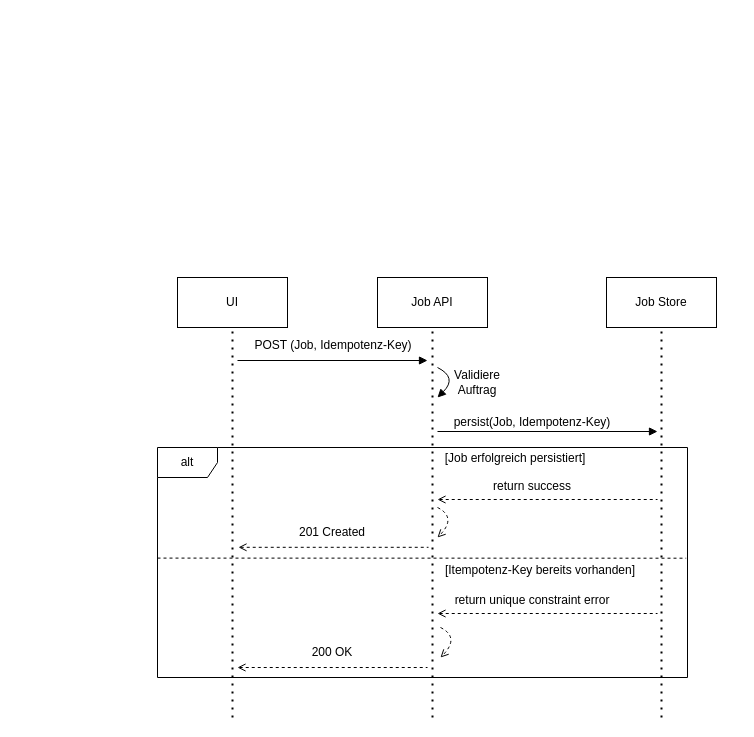
The draw.io diagram Paper/drawio/jobannahmeSequenzdiagramm.drawio in murfei/FaultTolerantJobProcessing, before the edit. Source tidied: cells renumbered, new cells numbered last; positions are measured from the earlier drawing's top-left corner, leaving out a move shared by most shapes. Both pictures are drawn from the tidied source at 100%, with x=0, y=0 at pixel (157, 277).
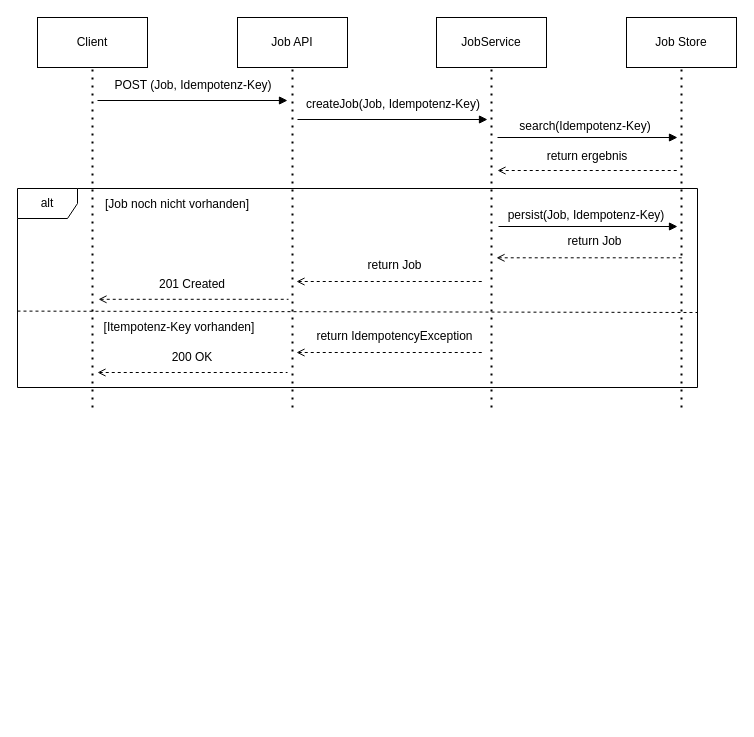
Above is the later version.

Diff of the diagram source:
```diff
@@
-    <mxCell id="2" value="UI" style="html=1;whiteSpace=wrap;" parent="1" vertex="1">
-      <mxGeometry x="20" width="110" height="50" as="geometry" />
+    <mxCell id="2" value="Client" style="html=1;whiteSpace=wrap;" parent="1" vertex="1">
+      <mxGeometry x="-120" y="-260" width="110" height="50" as="geometry" />
     </mxCell>
     <mxCell id="3" style="endArrow=none;dashed=1;html=1;dashPattern=1 3;strokeWidth=2;rounded=0;entryX=0.5;entryY=1;entryDx=0;entryDy=0;" parent="1" edge="1" target="2">
       <mxGeometry relative="1" as="geometry">
-        <mxPoint x="75" y="440" as="sourcePoint" />
+        <mxPoint x="-65" y="130" as="sourcePoint" />
       </mxGeometry>
     </mxCell>
     <mxCell id="4" value="Job API" style="html=1;whiteSpace=wrap;" parent="1" vertex="1">
-      <mxGeometry x="220" width="110" height="50" as="geometry" />
+      <mxGeometry x="80" y="-260" width="110" height="50" as="geometry" />
     </mxCell>
     <mxCell id="5" style="endArrow=none;dashed=1;html=1;dashPattern=1 3;strokeWidth=2;rounded=0;entryX=0.5;entryY=1;entryDx=0;entryDy=0;" parent="1" edge="1" target="4">
       <mxGeometry relative="1" as="geometry">
-        <mxPoint x="275" y="440" as="sourcePoint" />
+        <mxPoint x="135" y="130" as="sourcePoint" />
       </mxGeometry>
     </mxCell>
-    <mxCell id="6" value="Job Store" style="html=1;whiteSpace=wrap;" parent="1" vertex="1">
-      <mxGeometry x="449" width="110" height="50" as="geometry" />
+    <mxCell id="6" value="JobService" style="html=1;whiteSpace=wrap;" parent="1" vertex="1">
+      <mxGeometry x="279" y="-260" width="110" height="50" as="geometry" />
     </mxCell>
     <mxCell id="7" style="endArrow=none;dashed=1;html=1;dashPattern=1 3;strokeWidth=2;rounded=0;entryX=0.5;entryY=1;entryDx=0;entryDy=0;" parent="1" edge="1" target="6">
       <mxGeometry relative="1" as="geometry">
-        <mxPoint x="504" y="440" as="sourcePoint" />
+        <mxPoint x="334" y="130" as="sourcePoint" />
       </mxGeometry>
     </mxCell>
     <mxCell id="8" style="endArrow=block;html=1;rounded=0;endFill=1;" parent="1" edge="1">
       <mxGeometry relative="1" as="geometry">
-        <mxPoint x="80" y="83" as="sourcePoint" />
-        <mxPoint x="270" y="83" as="targetPoint" />
+        <mxPoint x="-60" y="-177" as="sourcePoint" />
+        <mxPoint x="130" y="-177" as="targetPoint" />
       </mxGeometry>
     </mxCell>
     <mxCell id="9" value="POST (Job, Idempotenz-Key)" style="text;html=1;whiteSpace=wrap;strokeColor=none;fillColor=none;align=center;verticalAlign=middle;rounded=0;" parent="1" vertex="1">
-      <mxGeometry x="86" y="53" width="180" height="30" as="geometry" />
+      <mxGeometry x="-54" y="-207" width="180" height="30" as="geometry" />
     </mxCell>
-    <mxCell id="10" style="endArrow=block;html=1;rounded=0;endFill=1;curved=1;" parent="1" edge="1">
-      <mxGeometry relative="1" as="geometry">
-        <mxPoint x="280" y="90" as="sourcePoint" />
-        <mxPoint x="280" y="120" as="targetPoint" />
-        <Array as="points">
-          <mxPoint x="300" y="100" />
-        </Array>
-      </mxGeometry>
-    </mxCell>
-    <mxCell id="11" value="Validiere Auftrag" style="text;html=1;whiteSpace=wrap;strokeColor=none;fillColor=none;align=center;verticalAlign=middle;rounded=0;" parent="1" vertex="1">
-      <mxGeometry x="290" y="90" width="60" height="30" as="geometry" />
-    </mxCell>
+    <mxCell id="16" style="endArrow=none;html=1;rounded=0;endFill=0;dashed=1;startArrow=open;startFill=0;" parent="1" edge="1">
+      <mxGeometry relative="1" as="geometry">
+        <mxPoint x="139" y="75" as="sourcePoint" />
+        <mxPoint x="325" y="75" as="targetPoint" />
+      </mxGeometry>
+    </mxCell>
+    <mxCell id="17" style="endArrow=none;html=1;rounded=0;endFill=0;dashed=1;startArrow=open;startFill=0;" parent="1" edge="1">
+      <mxGeometry relative="1" as="geometry">
+        <mxPoint x="-59" y="21.8" as="sourcePoint" />
+        <mxPoint x="131" y="21.8" as="targetPoint" />
+      </mxGeometry>
+    </mxCell>
+    <mxCell id="28" value="200 OK" style="text;html=1;whiteSpace=wrap;strokeColor=none;fillColor=none;align=center;verticalAlign=middle;rounded=0;" parent="1" vertex="1">
+      <mxGeometry x="-10" y="65" width="90" height="30" as="geometry" />
+    </mxCell>
+    <mxCell id="29" value="search(Idempotenz-Key)" style="text;html=1;whiteSpace=wrap;strokeColor=none;fillColor=none;align=center;verticalAlign=middle;rounded=0;" parent="1" vertex="1">
+      <mxGeometry x="336" y="-166" width="184" height="30" as="geometry" />
+    </mxCell>
+    <mxCell id="30" style="endArrow=none;html=1;rounded=0;endFill=0;dashed=1;startArrow=open;startFill=0;" parent="1" edge="1">
+      <mxGeometry relative="1" as="geometry">
+        <mxPoint x="340" y="-107" as="sourcePoint" />
+        <mxPoint x="520" y="-107" as="targetPoint" />
+      </mxGeometry>
+    </mxCell>
+    <mxCell id="19" value="alt" style="shape=umlFrame;whiteSpace=wrap;html=1;" parent="1" vertex="1">
+      <mxGeometry x="-140" y="-89" width="680" height="199" as="geometry" />
+    </mxCell>
+    <mxCell id="20" style="endArrow=none;dashed=1;html=1;rounded=0;strokeWidth=1;exitX=0;exitY=0.658;exitDx=0;exitDy=0;exitPerimeter=0;" parent="1" edge="1">
+      <mxGeometry relative="1" as="geometry">
+        <mxPoint x="-140" y="33.6" as="sourcePoint" />
+        <mxPoint x="540" y="35" as="targetPoint" />
+      </mxGeometry>
+    </mxCell>
+    <mxCell id="22" value="[Itempotenz-Key vorhanden]" style="text;html=1;whiteSpace=wrap;strokeColor=none;fillColor=none;align=center;verticalAlign=middle;rounded=0;" parent="1" vertex="1">
+      <mxGeometry x="-58" y="35" width="160" height="30" as="geometry" />
+    </mxCell>
+    <mxCell id="23" value="[Job noch nicht vorhanden]" style="text;html=1;whiteSpace=wrap;strokeColor=none;fillColor=none;align=center;verticalAlign=middle;rounded=0;" parent="1" vertex="1">
+      <mxGeometry x="-80" y="-88" width="200" height="30" as="geometry" />
+    </mxCell>
+    <mxCell id="26" style="endArrow=none;html=1;rounded=0;endFill=0;dashed=1;startArrow=open;startFill=0;" parent="1" edge="1">
+      <mxGeometry relative="1" as="geometry">
+        <mxPoint x="-60" y="95" as="sourcePoint" />
+        <mxPoint x="130" y="95" as="targetPoint" />
+      </mxGeometry>
+    </mxCell>
+    <mxCell id="27" value="201 Created" style="text;html=1;whiteSpace=wrap;strokeColor=none;fillColor=none;align=center;verticalAlign=middle;rounded=0;" parent="1" vertex="1">
+      <mxGeometry x="-10" y="-8" width="90" height="30" as="geometry" />
+    </mxCell>
     <mxCell id="12" style="endArrow=block;html=1;rounded=0;endFill=1;" parent="1" edge="1">
       <mxGeometry relative="1" as="geometry">
-        <mxPoint x="280" y="154" as="sourcePoint" />
-        <mxPoint x="500" y="154" as="targetPoint" />
+        <mxPoint x="341" y="-51" as="sourcePoint" />
+        <mxPoint x="520" y="-51" as="targetPoint" />
       </mxGeometry>
     </mxCell>
     <mxCell id="13" value="persist(Job, Idempotenz-Key)" style="text;html=1;whiteSpace=wrap;strokeColor=none;fillColor=none;align=center;verticalAlign=middle;rounded=0;" parent="1" vertex="1">
-      <mxGeometry x="295" y="130" width="160" height="30" as="geometry" />
+      <mxGeometry x="339" y="-77" width="180" height="30" as="geometry" />
     </mxCell>
-    <mxCell id="14" style="endArrow=none;html=1;rounded=0;endFill=0;dashed=1;startArrow=open;startFill=0;" parent="1" edge="1">
-      <mxGeometry relative="1" as="geometry">
-        <mxPoint x="280" y="222" as="sourcePoint" />
-        <mxPoint x="500" y="222" as="targetPoint" />
-      </mxGeometry>
-    </mxCell>
-    <mxCell id="15" value="return success" style="text;html=1;whiteSpace=wrap;strokeColor=none;fillColor=none;align=center;verticalAlign=middle;rounded=0;" parent="1" vertex="1">
-      <mxGeometry x="310" y="194" width="130" height="30" as="geometry" />
-    </mxCell>
-    <mxCell id="16" style="endArrow=none;html=1;rounded=0;endFill=0;dashed=1;startArrow=open;startFill=0;" parent="1" edge="1">
-      <mxGeometry relative="1" as="geometry">
-        <mxPoint x="280" y="336" as="sourcePoint" />
-        <mxPoint x="500" y="336" as="targetPoint" />
-      </mxGeometry>
-    </mxCell>
-    <mxCell id="17" style="endArrow=none;html=1;rounded=0;endFill=0;dashed=1;startArrow=open;startFill=0;" parent="1" edge="1">
-      <mxGeometry relative="1" as="geometry">
-        <mxPoint x="81" y="269.8" as="sourcePoint" />
-        <mxPoint x="271" y="269.8" as="targetPoint" />
-      </mxGeometry>
-    </mxCell>
-    <mxCell id="18" style="group;" parent="1" vertex="1">
-      <mxGeometry x="200" y="170" width="330" height="240" as="geometry" />
-    </mxCell>
-    <mxCell id="19" value="alt" style="shape=umlFrame;whiteSpace=wrap;html=1;" parent="18" vertex="1">
-      <mxGeometry x="-200" width="530" height="230" as="geometry" />
-    </mxCell>
-    <mxCell id="20" style="endArrow=none;dashed=1;html=1;rounded=0;strokeWidth=1;entryX=0.996;entryY=0.298;entryDx=0;entryDy=0;entryPerimeter=0;exitX=0;exitY=0.658;exitDx=0;exitDy=0;exitPerimeter=0;" parent="18" edge="1">
-      <mxGeometry relative="1" as="geometry">
-        <mxPoint x="-200" y="110.6" as="sourcePoint" />
-        <mxPoint x="328.7" y="110.7" as="targetPoint" />
-      </mxGeometry>
-    </mxCell>
-    <mxCell id="21" value="return unique constraint error" style="text;html=1;whiteSpace=wrap;strokeColor=none;fillColor=none;align=center;verticalAlign=middle;rounded=0;" parent="18" vertex="1">
-      <mxGeometry x="90" y="138" width="170" height="30" as="geometry" />
-    </mxCell>
-    <mxCell id="22" value="[Itempotenz-Key bereits vorhanden]" style="text;html=1;whiteSpace=wrap;strokeColor=none;fillColor=none;align=center;verticalAlign=middle;rounded=0;" parent="18" vertex="1">
-      <mxGeometry x="83" y="108" width="200" height="30" as="geometry" />
-    </mxCell>
-    <mxCell id="23" value="[Job erfolgreich persistiert]" style="text;html=1;whiteSpace=wrap;strokeColor=none;fillColor=none;align=center;verticalAlign=middle;rounded=0;" parent="18" vertex="1">
-      <mxGeometry x="58" y="-4" width="200" height="30" as="geometry" />
-    </mxCell>
-    <mxCell id="24" style="endArrow=open;html=1;rounded=0;endFill=0;curved=1;dashed=1;" parent="18" edge="1">
-      <mxGeometry relative="1" as="geometry">
-        <mxPoint x="80" y="60" as="sourcePoint" />
-        <mxPoint x="80" y="90" as="targetPoint" />
-        <Array as="points">
-          <mxPoint x="100" y="70" />
-        </Array>
-      </mxGeometry>
-    </mxCell>
-    <mxCell id="25" style="endArrow=open;html=1;rounded=0;endFill=0;curved=1;dashed=1;" parent="18" edge="1">
-      <mxGeometry relative="1" as="geometry">
-        <mxPoint x="83" y="180" as="sourcePoint" />
-        <mxPoint x="83" y="210" as="targetPoint" />
-        <Array as="points">
-          <mxPoint x="103" y="190" />
-        </Array>
-      </mxGeometry>
-    </mxCell>
-    <mxCell id="26" style="endArrow=none;html=1;rounded=0;endFill=0;dashed=1;startArrow=open;startFill=0;" parent="18" edge="1">
-      <mxGeometry relative="1" as="geometry">
-        <mxPoint x="-120" y="220" as="sourcePoint" />
-        <mxPoint x="70" y="220" as="targetPoint" />
-      </mxGeometry>
-    </mxCell>
-    <mxCell id="27" value="201 Created" style="text;html=1;whiteSpace=wrap;strokeColor=none;fillColor=none;align=center;verticalAlign=middle;rounded=0;" parent="18" vertex="1">
-      <mxGeometry x="-70" y="70" width="90" height="30" as="geometry" />
-    </mxCell>
-    <mxCell id="28" value="200 OK" style="text;html=1;whiteSpace=wrap;strokeColor=none;fillColor=none;align=center;verticalAlign=middle;rounded=0;" parent="1" vertex="1">
-      <mxGeometry x="130" y="360" width="90" height="30" as="geometry" />
-    </mxCell>
+    <mxCell id="31" style="endArrow=block;html=1;rounded=0;endFill=1;" parent="1" edge="1">
+      <mxGeometry relative="1" as="geometry">
+        <mxPoint x="340" y="-140" as="sourcePoint" />
+        <mxPoint x="520" y="-140" as="targetPoint" />
+      </mxGeometry>
+    </mxCell>
+    <mxCell id="32" value="return ergebnis" style="text;html=1;whiteSpace=wrap;strokeColor=none;fillColor=none;align=center;verticalAlign=middle;rounded=0;" parent="1" vertex="1">
+      <mxGeometry x="350" y="-136" width="160" height="30" as="geometry" />
+    </mxCell>
+    <mxCell id="33" value="Job Store" style="html=1;whiteSpace=wrap;" parent="1" vertex="1">
+      <mxGeometry x="469" y="-260" width="110" height="50" as="geometry" />
+    </mxCell>
+    <mxCell id="34" style="endArrow=none;dashed=1;html=1;dashPattern=1 3;strokeWidth=2;rounded=0;entryX=0.5;entryY=1;entryDx=0;entryDy=0;" parent="1" edge="1" target="33">
+      <mxGeometry relative="1" as="geometry">
+        <mxPoint x="524" y="130" as="sourcePoint" />
+      </mxGeometry>
+    </mxCell>
+    <mxCell id="35" style="endArrow=block;html=1;rounded=0;endFill=1;" parent="1" edge="1">
+      <mxGeometry relative="1" as="geometry">
+        <mxPoint x="140" y="-158" as="sourcePoint" />
+        <mxPoint x="330" y="-158" as="targetPoint" />
+      </mxGeometry>
+    </mxCell>
+    <mxCell id="36" value="createJob(Job,&amp;nbsp;Idempotenz-Key)" style="text;html=1;whiteSpace=wrap;strokeColor=none;fillColor=none;align=center;verticalAlign=middle;rounded=0;" parent="1" vertex="1">
+      <mxGeometry x="146" y="-188" width="180" height="30" as="geometry" />
+    </mxCell>
+    <mxCell id="37" value="return IdempotencyException" style="text;html=1;whiteSpace=wrap;strokeColor=none;fillColor=none;align=center;verticalAlign=middle;rounded=0;" parent="1" vertex="1">
+      <mxGeometry x="140" y="44" width="195" height="30" as="geometry" />
+    </mxCell>
+    <mxCell id="38" style="endArrow=none;html=1;rounded=0;endFill=0;dashed=1;startArrow=open;startFill=0;" parent="1" edge="1">
+      <mxGeometry relative="1" as="geometry">
+        <mxPoint x="139" y="4" as="sourcePoint" />
+        <mxPoint x="325" y="4" as="targetPoint" />
+      </mxGeometry>
+    </mxCell>
+    <mxCell id="39" value="return Job" style="text;html=1;whiteSpace=wrap;strokeColor=none;fillColor=none;align=center;verticalAlign=middle;rounded=0;" parent="1" vertex="1">
+      <mxGeometry x="140" y="-27" width="195" height="30" as="geometry" />
+    </mxCell>
+    <mxCell id="40" style="endArrow=none;html=1;rounded=0;endFill=0;dashed=1;startArrow=open;startFill=0;" parent="1" edge="1">
+      <mxGeometry relative="1" as="geometry">
+        <mxPoint x="339" y="-19.7" as="sourcePoint" />
+        <mxPoint x="525" y="-19.7" as="targetPoint" />
+      </mxGeometry>
+    </mxCell>
+    <mxCell id="41" value="return Job" style="text;html=1;whiteSpace=wrap;strokeColor=none;fillColor=none;align=center;verticalAlign=middle;rounded=0;" parent="1" vertex="1">
+      <mxGeometry x="340" y="-50.7" width="195" height="30" as="geometry" />
+    </mxCell>
```
